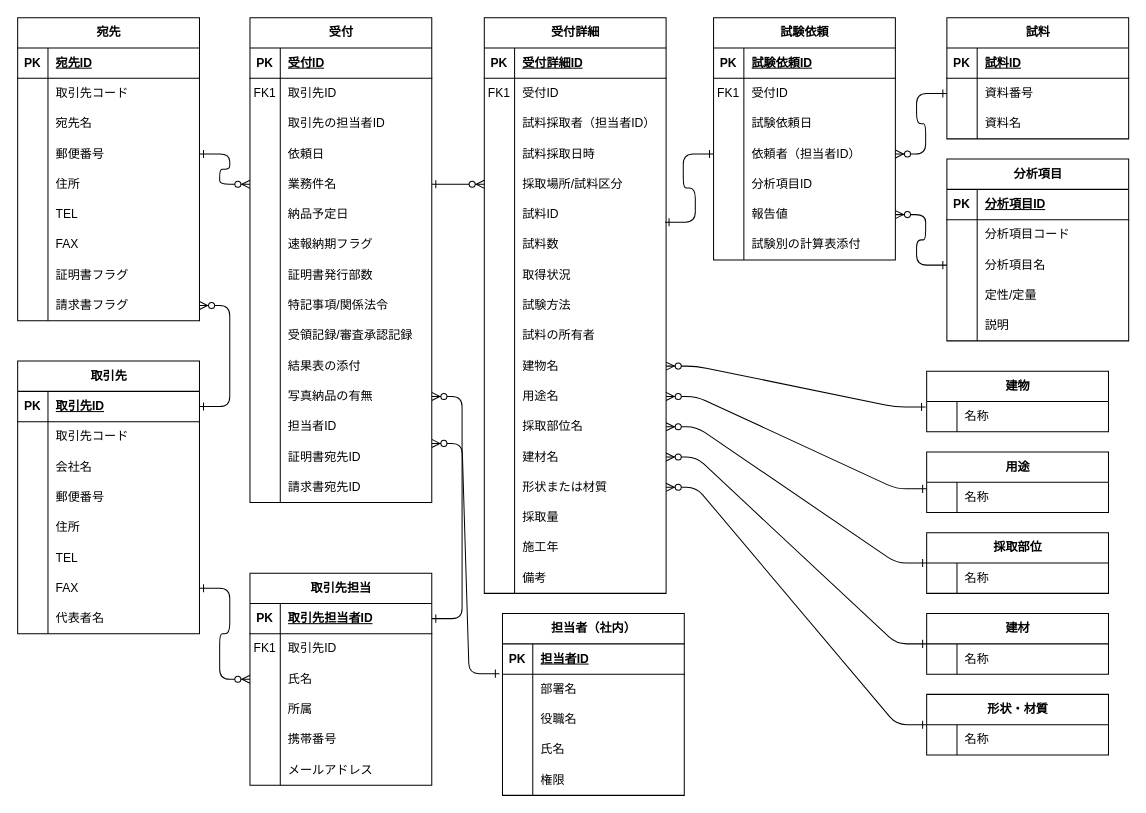
kaoru387/draw.io keeps this draw.io diagram as page "ER図" (2 of 4) of 試料分析システム.drawio. Above is the earlier version. Source tidied: cells renumbered, new cells numbered last; positions are measured from the earlier drawing's top-left corner, leaving out a move shared by most shapes. Both pictures are drawn from the tidied source at 101%, with x=0, y=0 at pixel (17, 17).
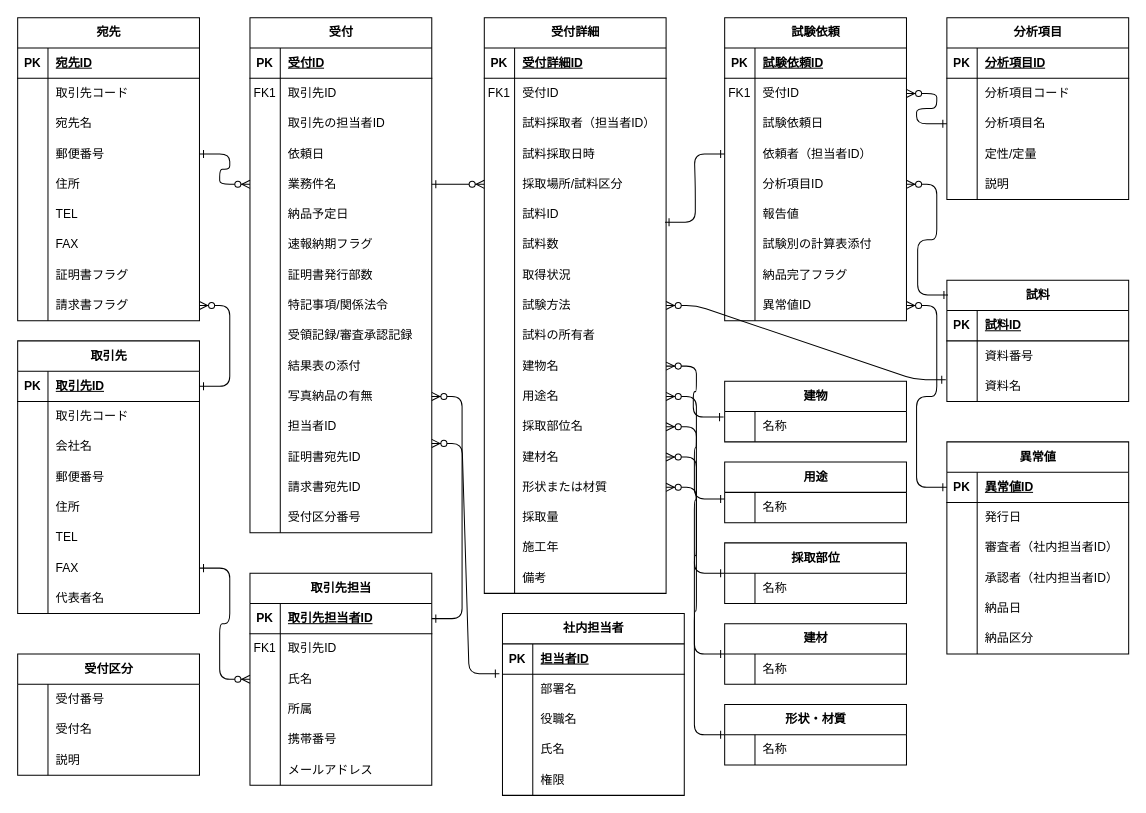
The same page after the edit.

The change refers to these unchanged cells:
```xml
<mxCell id="7" style="shape=tableRow;horizontal=0;startSize=0;swimlaneHead=0;swimlaneBody=0;fillColor=none;points=[[0,0.5],[1,0.5]];portConstraint=eastwest;top=0;left=0;right=0;bottom=0;" parent="3" vertex="1">
  <mxGeometry y="60" width="180" height="30" as="geometry" />
</mxCell>
<mxCell id="10" style="shape=tableRow;horizontal=0;startSize=0;swimlaneHead=0;swimlaneBody=0;fillColor=none;points=[[0,0.5],[1,0.5]];portConstraint=eastwest;top=0;left=0;right=0;bottom=0;" parent="3" vertex="1">
  <mxGeometry y="90" width="180" height="30" as="geometry" />
</mxCell>
<mxCell id="129" style="shape=tableRow;horizontal=0;startSize=0;swimlaneHead=0;swimlaneBody=0;fillColor=none;points=[[0,0.5],[1,0.5]];portConstraint=eastwest;top=0;left=0;right=0;bottom=0;" parent="104" vertex="1">
  <mxGeometry y="270" width="180" height="30" as="geometry" />
</mxCell>
<mxCell id="163" style="shape=tableRow;horizontal=0;startSize=0;swimlaneHead=0;swimlaneBody=0;fillColor=none;points=[[0,0.5],[1,0.5]];portConstraint=eastwest;top=0;left=0;right=0;bottom=0;" parent="159" vertex="1">
  <mxGeometry y="60" width="180" height="30" as="geometry" />
</mxCell>
<mxCell id="169" style="shape=tableRow;horizontal=0;startSize=0;swimlaneHead=0;swimlaneBody=0;fillColor=none;points=[[0,0.5],[1,0.5]];portConstraint=eastwest;top=0;left=0;right=0;bottom=0;" parent="159" vertex="1">
  <mxGeometry y="120" width="180" height="30" as="geometry" />
</mxCell>
<mxCell id="172" style="shape=tableRow;horizontal=0;startSize=0;swimlaneHead=0;swimlaneBody=0;fillColor=none;points=[[0,0.5],[1,0.5]];portConstraint=eastwest;top=0;left=0;right=0;bottom=0;" parent="159" vertex="1">
  <mxGeometry y="150" width="180" height="30" as="geometry" />
</mxCell>
<mxCell id="175" style="shape=tableRow;horizontal=0;startSize=0;swimlaneHead=0;swimlaneBody=0;fillColor=none;points=[[0,0.5],[1,0.5]];portConstraint=eastwest;top=0;left=0;right=0;bottom=0;" parent="159" vertex="1">
  <mxGeometry y="180" width="180" height="30" as="geometry" />
</mxCell>
<mxCell id="188" style="shape=tableRow;horizontal=0;startSize=0;swimlaneHead=0;swimlaneBody=0;fillColor=none;points=[[0,0.5],[1,0.5]];portConstraint=eastwest;top=0;left=0;right=0;bottom=0;" parent="181" vertex="1">
  <mxGeometry y="90" width="180" height="30" as="geometry" />
</mxCell>
```

Change to the diagram source:
```diff
@@
     <mxCell id="3" value="試料" style="shape=table;startSize=30;childLayout=tableLayout;rowLines=0;fontStyle=1;align=center;html=1;" parent="1" vertex="1">
-      <mxGeometry x="920" width="180" height="120" as="geometry" />
+      <mxGeometry x="920" y="260" width="180" height="120" as="geometry" />
     </mxCell>
@@
     <mxCell id="13" value="取引先" style="shape=table;startSize=30;childLayout=tableLayout;rowLines=0;fontStyle=1;align=center;html=1;" parent="1" vertex="1">
-      <mxGeometry y="340" width="180" height="270" as="geometry" />
+      <mxGeometry y="320" width="180" height="270" as="geometry" />
     </mxCell>
@@
-    <mxCell id="38" value="担当者（社内）" style="shape=table;startSize=30;childLayout=tableLayout;rowLines=0;fontStyle=1;align=center;html=1;" parent="1" vertex="1">
+    <mxCell id="38" value="社内担当者" style="shape=table;startSize=30;childLayout=tableLayout;rowLines=0;fontStyle=1;align=center;html=1;" parent="1" vertex="1">
       <mxGeometry x="480" y="590" width="180" height="180" as="geometry" />
     </mxCell>
@@
     <mxCell id="54" value="採取部位" style="shape=table;startSize=30;childLayout=tableLayout;rowLines=0;fontStyle=1;align=center;html=1;" parent="1" vertex="1">
-      <mxGeometry x="900" y="510" width="180" height="60" as="geometry" />
+      <mxGeometry x="700" y="520" width="180" height="60" as="geometry" />
     </mxCell>
@@
     <mxCell id="58" value="受付" style="shape=table;startSize=30;childLayout=tableLayout;rowLines=0;fontStyle=1;align=center;html=1;" parent="1" vertex="1">
-      <mxGeometry x="230" width="180" height="480" as="geometry" />
+      <mxGeometry x="230" width="180" height="510" as="geometry" />
     </mxCell>
@@
+    <mxCell id="273" style="shape=tableRow;horizontal=0;startSize=0;swimlaneHead=0;swimlaneBody=0;fillColor=none;top=0;left=0;right=0;bottom=0;" parent="58" vertex="1">
+      <mxGeometry y="480" width="180" height="30" as="geometry" />
+    </mxCell>
+    <mxCell id="274" style="shape=partialRectangle;fillColor=none;top=0;left=0;bottom=0;right=0;overflow=hidden;whiteSpace=wrap;html=1;" parent="273" vertex="1">
+      <mxGeometry width="30" height="30" as="geometry" />
+    </mxCell>
+    <mxCell id="275" value="受付区分番号" style="shape=partialRectangle;fillColor=none;top=0;left=0;bottom=0;right=0;align=left;spacingLeft=6;overflow=hidden;whiteSpace=wrap;html=1;" parent="273" vertex="1">
+      <mxGeometry x="30" width="150" height="30" as="geometry" />
+    </mxCell>
@@
     <mxCell id="159" value="試験依頼" style="shape=table;startSize=30;childLayout=tableLayout;rowLines=0;fontStyle=1;align=center;html=1;" parent="1" vertex="1">
-      <mxGeometry x="689" width="180" height="240" as="geometry" />
+      <mxGeometry x="700" width="180" height="300" as="geometry" />
     </mxCell>
@@
+    <mxCell id="276" style="shape=tableRow;horizontal=0;startSize=0;swimlaneHead=0;swimlaneBody=0;fillColor=none;top=0;left=0;right=0;bottom=0;" parent="159" vertex="1">
+      <mxGeometry y="240" width="180" height="30" as="geometry" />
+    </mxCell>
+    <mxCell id="277" style="shape=partialRectangle;fillColor=none;top=0;left=0;bottom=0;right=0;overflow=hidden;whiteSpace=wrap;html=1;" parent="276" vertex="1">
+      <mxGeometry width="30" height="30" as="geometry" />
+    </mxCell>
+    <mxCell id="278" value="納品完了フラグ" style="shape=partialRectangle;fillColor=none;top=0;left=0;bottom=0;right=0;align=left;spacingLeft=6;overflow=hidden;whiteSpace=wrap;html=1;" parent="276" vertex="1">
+      <mxGeometry x="30" width="150" height="30" as="geometry" />
+    </mxCell>
+    <mxCell id="279" style="shape=tableRow;horizontal=0;startSize=0;swimlaneHead=0;swimlaneBody=0;fillColor=none;points=[[0,0.5],[1,0.5]];portConstraint=eastwest;top=0;left=0;right=0;bottom=0;" parent="159" vertex="1">
+      <mxGeometry y="270" width="180" height="30" as="geometry" />
+    </mxCell>
+    <mxCell id="280" style="shape=partialRectangle;fillColor=none;top=0;left=0;bottom=0;right=0;overflow=hidden;whiteSpace=wrap;html=1;" parent="279" vertex="1">
+      <mxGeometry width="30" height="30" as="geometry" />
+    </mxCell>
+    <mxCell id="281" value="異常値ID" style="shape=partialRectangle;fillColor=none;top=0;left=0;bottom=0;right=0;align=left;spacingLeft=6;overflow=hidden;whiteSpace=wrap;html=1;" parent="279" vertex="1">
+      <mxGeometry x="30" width="150" height="30" as="geometry" />
+    </mxCell>
     <mxCell id="181" value="分析項目" style="shape=table;startSize=30;childLayout=tableLayout;rowLines=0;fontStyle=1;align=center;html=1;" parent="1" vertex="1">
-      <mxGeometry x="920" y="140" width="180" height="180" as="geometry" />
+      <mxGeometry x="920" width="180" height="180" as="geometry" />
     </mxCell>
@@
     <mxCell id="197" value="形状・材質" style="shape=table;startSize=30;childLayout=tableLayout;rowLines=0;fontStyle=1;align=center;html=1;" parent="1" vertex="1">
-      <mxGeometry x="900" y="670" width="180" height="60" as="geometry" />
+      <mxGeometry x="700" y="680" width="180" height="60" as="geometry" />
     </mxCell>
@@
     <mxCell id="220" value="建物" style="shape=table;startSize=30;childLayout=tableLayout;rowLines=0;fontStyle=1;align=center;html=1;" parent="1" vertex="1">
-      <mxGeometry x="900" y="350" width="180" height="60" as="geometry" />
+      <mxGeometry x="700" y="360" width="180" height="60" as="geometry" />
     </mxCell>
@@
     <mxCell id="224" value="用途" style="shape=table;startSize=30;childLayout=tableLayout;rowLines=0;fontStyle=1;align=center;html=1;" parent="1" vertex="1">
-      <mxGeometry x="900" y="430" width="180" height="60" as="geometry" />
+      <mxGeometry x="700" y="440" width="180" height="60" as="geometry" />
     </mxCell>
@@
     <mxCell id="228" value="建材" style="shape=table;startSize=30;childLayout=tableLayout;rowLines=0;fontStyle=1;align=center;html=1;" parent="1" vertex="1">
-      <mxGeometry x="900" y="590" width="180" height="60" as="geometry" />
+      <mxGeometry x="700" y="600" width="180" height="60" as="geometry" />
     </mxCell>
@@
-    <mxCell id="261" style="edgeStyle=entityRelationEdgeStyle;endArrow=ERzeroToMany;startArrow=ERone;endFill=1;startFill=0;exitX=0;exitY=0.5;exitDx=0;exitDy=0;entryX=1;entryY=0.5;entryDx=0;entryDy=0;" parent="1" edge="1" source="7" target="169">
+    <mxCell id="261" style="edgeStyle=entityRelationEdgeStyle;endArrow=ERzeroToMany;startArrow=ERone;endFill=1;startFill=0;exitX=0.006;exitY=0.121;exitDx=0;exitDy=0;entryX=1;entryY=0.5;entryDx=0;entryDy=0;exitPerimeter=0;" parent="1" edge="1" source="3" target="172">
       <mxGeometry relative="1" as="geometry" />
     </mxCell>
-    <mxCell id="262" style="edgeStyle=entityRelationEdgeStyle;endArrow=ERzeroToMany;startArrow=ERone;endFill=1;startFill=0;exitX=0;exitY=0.5;exitDx=0;exitDy=0;entryX=1;entryY=0.5;entryDx=0;entryDy=0;" parent="1" edge="1" source="188" target="175">
+    <mxCell id="262" style="edgeStyle=entityRelationEdgeStyle;endArrow=ERzeroToMany;startArrow=ERone;endFill=1;startFill=0;exitX=0;exitY=0.5;exitDx=0;exitDy=0;entryX=1;entryY=0.5;entryDx=0;entryDy=0;" parent="1" edge="1" source="188" target="163">
       <mxGeometry relative="1" as="geometry" />
     </mxCell>
@@
+    <mxCell id="282" value="受付区分" style="shape=table;startSize=30;childLayout=tableLayout;rowLines=0;fontStyle=1;align=center;html=1;" parent="1" vertex="1">
+      <mxGeometry y="630" width="180" height="120" as="geometry" />
+    </mxCell>
+    <mxCell id="283" style="shape=tableRow;horizontal=0;startSize=0;swimlaneHead=0;swimlaneBody=0;fillColor=none;top=0;left=0;right=0;bottom=0;" parent="282" vertex="1">
+      <mxGeometry y="30" width="180" height="30" as="geometry" />
+    </mxCell>
+    <mxCell id="284" style="shape=partialRectangle;fillColor=none;top=0;left=0;bottom=0;right=0;overflow=hidden;whiteSpace=wrap;html=1;" parent="283" vertex="1">
+      <mxGeometry width="30" height="30" as="geometry" />
+    </mxCell>
+    <mxCell id="285" value="受付番号" style="shape=partialRectangle;fillColor=none;top=0;left=0;bottom=0;right=0;align=left;spacingLeft=6;overflow=hidden;whiteSpace=wrap;html=1;" parent="283" vertex="1">
+      <mxGeometry x="30" width="150" height="30" as="geometry" />
+    </mxCell>
+    <mxCell id="286" style="shape=tableRow;horizontal=0;startSize=0;swimlaneHead=0;swimlaneBody=0;fillColor=none;top=0;left=0;right=0;bottom=0;" parent="282" vertex="1">
+      <mxGeometry y="60" width="180" height="30" as="geometry" />
+    </mxCell>
+    <mxCell id="287" style="shape=partialRectangle;fillColor=none;top=0;left=0;bottom=0;right=0;overflow=hidden;whiteSpace=wrap;html=1;" parent="286" vertex="1">
+      <mxGeometry width="30" height="30" as="geometry" />
+    </mxCell>
+    <mxCell id="288" value="受付名" style="shape=partialRectangle;fillColor=none;top=0;left=0;bottom=0;right=0;align=left;spacingLeft=6;overflow=hidden;whiteSpace=wrap;html=1;" parent="286" vertex="1">
+      <mxGeometry x="30" width="150" height="30" as="geometry" />
+    </mxCell>
+    <mxCell id="289" style="shape=tableRow;horizontal=0;startSize=0;swimlaneHead=0;swimlaneBody=0;fillColor=none;top=0;left=0;right=0;bottom=0;" parent="282" vertex="1">
+      <mxGeometry y="90" width="180" height="30" as="geometry" />
+    </mxCell>
+    <mxCell id="290" style="shape=partialRectangle;fillColor=none;top=0;left=0;bottom=0;right=0;overflow=hidden;whiteSpace=wrap;html=1;" parent="289" vertex="1">
+      <mxGeometry width="30" height="30" as="geometry" />
+    </mxCell>
+    <mxCell id="291" value="説明" style="shape=partialRectangle;fillColor=none;top=0;left=0;bottom=0;right=0;align=left;spacingLeft=6;overflow=hidden;whiteSpace=wrap;html=1;" parent="289" vertex="1">
+      <mxGeometry x="30" width="150" height="30" as="geometry" />
+    </mxCell>
+    <mxCell id="292" style="edgeStyle=entityRelationEdgeStyle;endArrow=ERzeroToMany;startArrow=ERone;endFill=1;startFill=0;exitX=-0.006;exitY=0.283;exitDx=0;exitDy=0;entryX=1;entryY=0.5;entryDx=0;entryDy=0;exitPerimeter=0;" parent="1" edge="1" source="10" target="129">
+      <mxGeometry relative="1" as="geometry" />
+    </mxCell>
+    <mxCell id="293" value="異常値" style="shape=table;startSize=30;childLayout=tableLayout;rowLines=0;fontStyle=1;align=center;html=1;" parent="1" vertex="1">
+      <mxGeometry x="920" y="420" width="180" height="210" as="geometry" />
+    </mxCell>
+    <mxCell id="294" style="shape=tableRow;horizontal=0;startSize=0;swimlaneHead=0;swimlaneBody=0;fillColor=none;points=[[0,0.5],[1,0.5]];portConstraint=eastwest;top=0;left=0;right=0;bottom=1;" parent="293" vertex="1">
+      <mxGeometry y="30" width="180" height="30" as="geometry" />
+    </mxCell>
+    <mxCell id="295" value="PK" style="shape=partialRectangle;fillColor=none;top=0;left=0;bottom=0;right=0;fontStyle=1;overflow=hidden;whiteSpace=wrap;html=1;" parent="294" vertex="1">
+      <mxGeometry width="30" height="30" as="geometry" />
+    </mxCell>
+    <mxCell id="296" value="異常値ID" style="shape=partialRectangle;fillColor=none;top=0;left=0;bottom=0;right=0;align=left;spacingLeft=6;fontStyle=5;overflow=hidden;whiteSpace=wrap;html=1;" parent="294" vertex="1">
+      <mxGeometry x="30" width="150" height="30" as="geometry" />
+    </mxCell>
+    <mxCell id="297" style="shape=tableRow;horizontal=0;startSize=0;swimlaneHead=0;swimlaneBody=0;fillColor=none;top=0;left=0;right=0;bottom=0;" parent="293" vertex="1">
+      <mxGeometry y="60" width="180" height="30" as="geometry" />
+    </mxCell>
+    <mxCell id="298" style="shape=partialRectangle;fillColor=none;top=0;left=0;bottom=0;right=0;overflow=hidden;whiteSpace=wrap;html=1;" parent="297" vertex="1">
+      <mxGeometry width="30" height="30" as="geometry" />
+    </mxCell>
+    <mxCell id="299" value="発行日" style="shape=partialRectangle;fillColor=none;top=0;left=0;bottom=0;right=0;align=left;spacingLeft=6;overflow=hidden;whiteSpace=wrap;html=1;" parent="297" vertex="1">
+      <mxGeometry x="30" width="150" height="30" as="geometry" />
+    </mxCell>
+    <mxCell id="300" style="shape=tableRow;horizontal=0;startSize=0;swimlaneHead=0;swimlaneBody=0;fillColor=none;top=0;left=0;right=0;bottom=0;" parent="293" vertex="1">
+      <mxGeometry y="90" width="180" height="30" as="geometry" />
+    </mxCell>
+    <mxCell id="301" style="shape=partialRectangle;fillColor=none;top=0;left=0;bottom=0;right=0;overflow=hidden;whiteSpace=wrap;html=1;" parent="300" vertex="1">
+      <mxGeometry width="30" height="30" as="geometry" />
+    </mxCell>
+    <mxCell id="302" value="審査者（社内担当者ID）" style="shape=partialRectangle;fillColor=none;top=0;left=0;bottom=0;right=0;align=left;spacingLeft=6;overflow=hidden;whiteSpace=wrap;html=1;" parent="300" vertex="1">
+      <mxGeometry x="30" width="150" height="30" as="geometry" />
+    </mxCell>
+    <mxCell id="303" style="shape=tableRow;horizontal=0;startSize=0;swimlaneHead=0;swimlaneBody=0;fillColor=none;top=0;left=0;right=0;bottom=0;" parent="293" vertex="1">
+      <mxGeometry y="120" width="180" height="30" as="geometry" />
+    </mxCell>
+    <mxCell id="304" style="shape=partialRectangle;fillColor=none;top=0;left=0;bottom=0;right=0;overflow=hidden;whiteSpace=wrap;html=1;" parent="303" vertex="1">
+      <mxGeometry width="30" height="30" as="geometry" />
+    </mxCell>
+    <mxCell id="305" value="承認者（社内担当者ID）" style="shape=partialRectangle;fillColor=none;top=0;left=0;bottom=0;right=0;align=left;spacingLeft=6;overflow=hidden;whiteSpace=wrap;html=1;" parent="303" vertex="1">
+      <mxGeometry x="30" width="150" height="30" as="geometry" />
+    </mxCell>
+    <mxCell id="306" style="shape=tableRow;horizontal=0;startSize=0;swimlaneHead=0;swimlaneBody=0;fillColor=none;top=0;left=0;right=0;bottom=0;" parent="293" vertex="1">
+      <mxGeometry y="150" width="180" height="30" as="geometry" />
+    </mxCell>
+    <mxCell id="307" style="shape=partialRectangle;fillColor=none;top=0;left=0;bottom=0;right=0;overflow=hidden;whiteSpace=wrap;html=1;" parent="306" vertex="1">
+      <mxGeometry width="30" height="30" as="geometry" />
+    </mxCell>
+    <mxCell id="308" value="納品日" style="shape=partialRectangle;fillColor=none;top=0;left=0;bottom=0;right=0;align=left;spacingLeft=6;overflow=hidden;whiteSpace=wrap;html=1;" parent="306" vertex="1">
+      <mxGeometry x="30" width="150" height="30" as="geometry" />
+    </mxCell>
+    <mxCell id="309" style="shape=tableRow;horizontal=0;startSize=0;swimlaneHead=0;swimlaneBody=0;fillColor=none;top=0;left=0;right=0;bottom=0;" parent="293" vertex="1">
+      <mxGeometry y="180" width="180" height="30" as="geometry" />
+    </mxCell>
+    <mxCell id="310" style="shape=partialRectangle;fillColor=none;top=0;left=0;bottom=0;right=0;overflow=hidden;whiteSpace=wrap;html=1;" parent="309" vertex="1">
+      <mxGeometry width="30" height="30" as="geometry" />
+    </mxCell>
+    <mxCell id="311" value="納品区分" style="shape=partialRectangle;fillColor=none;top=0;left=0;bottom=0;right=0;align=left;spacingLeft=6;overflow=hidden;whiteSpace=wrap;html=1;" parent="309" vertex="1">
+      <mxGeometry x="30" width="150" height="30" as="geometry" />
+    </mxCell>
+    <mxCell id="312" style="edgeStyle=entityRelationEdgeStyle;endArrow=ERzeroToMany;startArrow=ERone;endFill=1;startFill=0;exitX=0;exitY=0.5;exitDx=0;exitDy=0;entryX=1;entryY=0.5;entryDx=0;entryDy=0;" parent="1" edge="1" source="294" target="279">
+      <mxGeometry relative="1" as="geometry" />
+    </mxCell>
```
